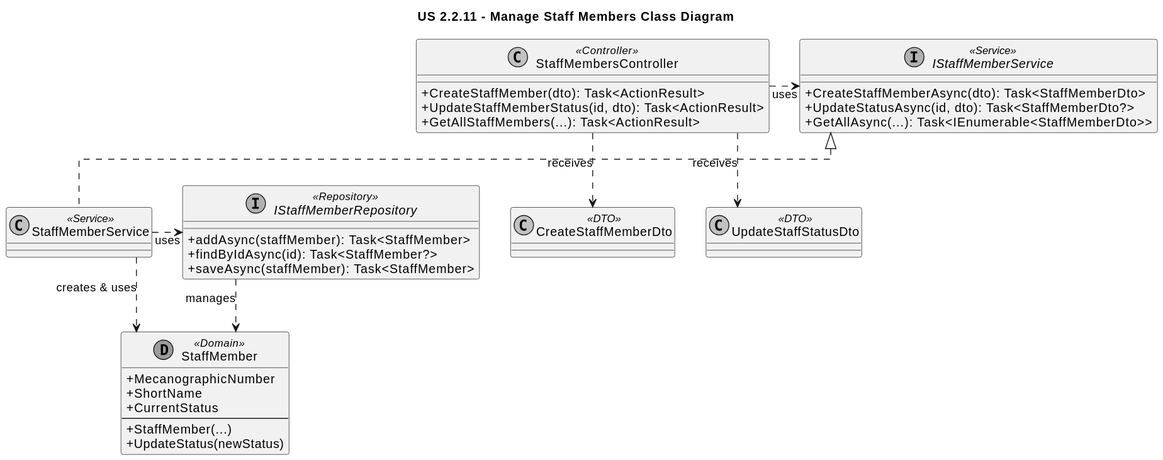
Earlier version of the PlantUML export documentation/SprintA/US2.2.11/03.design/svg/us2.2.11-class-diagram.svg (AmirMasnavi/Port-Logistics-Management-System).
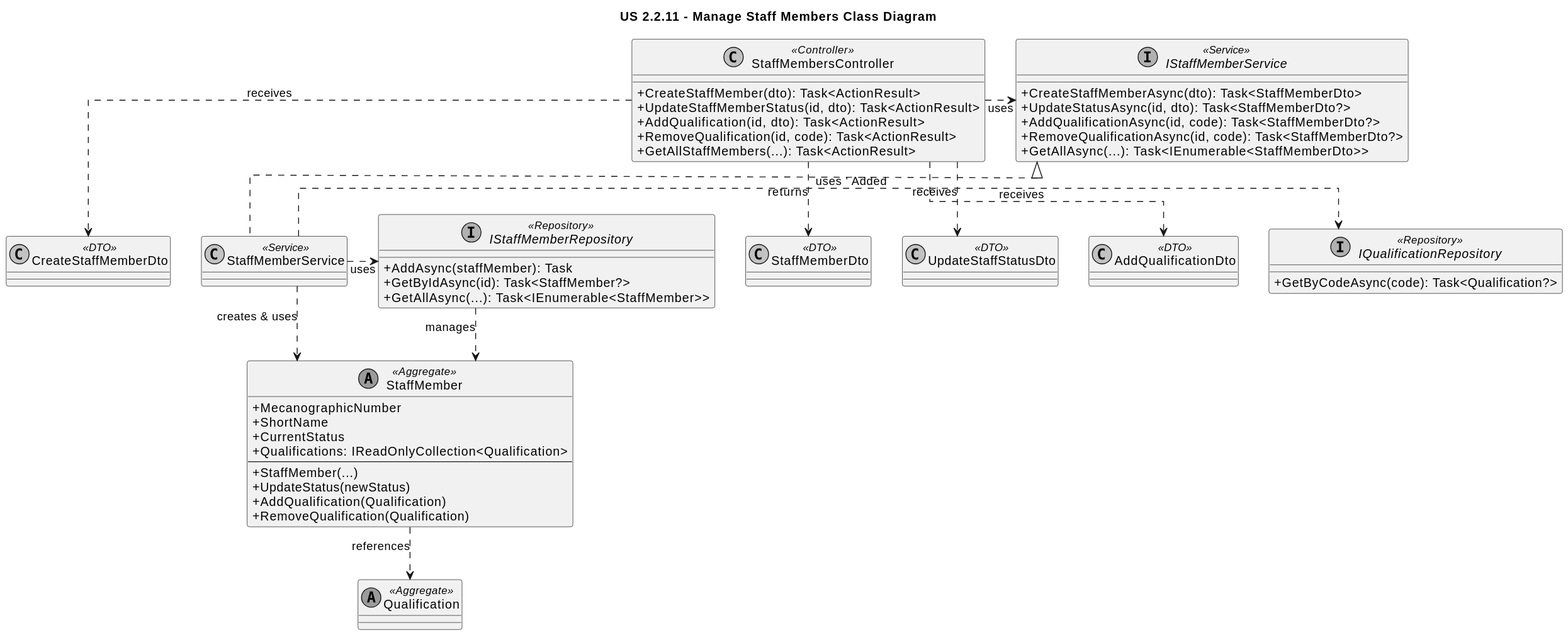
After the commit.

Change to the diagram source:
```diff
@@ -9,40 +9,60 @@
 class StaffMembersController <<Controller>> {
   + CreateStaffMember(dto): Task<ActionResult>
   + UpdateStaffMemberStatus(id, dto): Task<ActionResult>
+  + AddQualification(id, dto): Task<ActionResult>
+  + RemoveQualification(id, code): Task<ActionResult>
   + GetAllStaffMembers(...): Task<ActionResult>
 }
 
 interface IStaffMemberService <<Service>> {
   + CreateStaffMemberAsync(dto): Task<StaffMemberDto>
   + UpdateStatusAsync(id, dto): Task<StaffMemberDto?>
+  + AddQualificationAsync(id, code): Task<StaffMemberDto?>
+  + RemoveQualificationAsync(id, code): Task<StaffMemberDto?>
   + GetAllAsync(...): Task<IEnumerable<StaffMemberDto>>
 }
 
 class StaffMemberService <<Service>>
 
 interface IStaffMemberRepository <<Repository>> {
-  + addAsync(staffMember): Task<StaffMember>
-  + findByIdAsync(id): Task<StaffMember?>
-  + saveAsync(staffMember): Task<StaffMember>
+  + AddAsync(staffMember): Task
+  + GetByIdAsync(id): Task<StaffMember?>
+  + GetAllAsync(...): Task<IEnumerable<StaffMember>>
 }
 
-class StaffMember <<(D,orchid) Domain>> {
+interface IQualificationRepository <<Repository>> {
+ + GetByCodeAsync(code): Task<Qualification?>
+}
+
+
+class StaffMember <<(A,orchid) Aggregate>> {
   + MecanographicNumber
   + ShortName
   + CurrentStatus
+  + Qualifications: IReadOnlyCollection<Qualification>
   ---
   + StaffMember(...)
   + UpdateStatus(newStatus)
+  + AddQualification(Qualification)
+  + RemoveQualification(Qualification)
 }
+
+class Qualification <<(A,orchid) Aggregate>>
 
 class CreateStaffMemberDto <<DTO>>
 class UpdateStaffStatusDto <<DTO>>
+class AddQualificationDto <<DTO>>
+class StaffMemberDto <<DTO>>
 
 StaffMembersController .> IStaffMemberService : uses
 StaffMemberService .up.|> IStaffMemberService
 StaffMemberService .> IStaffMemberRepository : uses
+StaffMemberService .> IQualificationRepository : uses ' Added
 IStaffMemberRepository ..> StaffMember : manages
 StaffMemberService ..> StaffMember : creates & uses
+StaffMember ..> Qualification : references
 StaffMembersController ..> CreateStaffMemberDto : receives
 StaffMembersController ..> UpdateStaffStatusDto : receives
+StaffMembersController ..> AddQualificationDto : receives
+StaffMembersController ..> StaffMemberDto : returns
 @enduml
```
